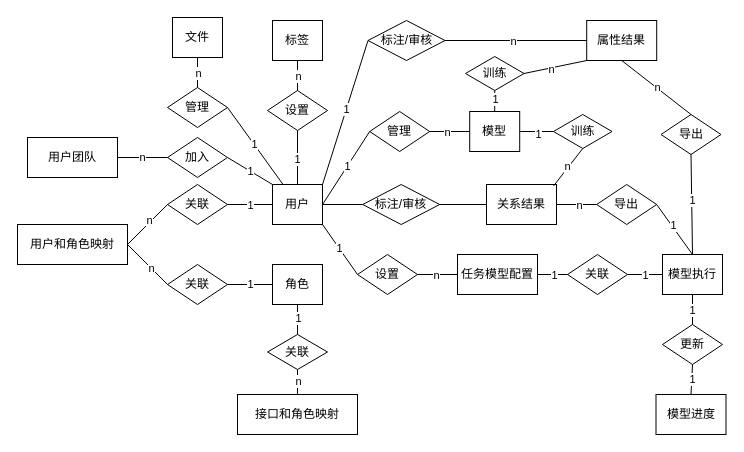
This is 毕设ER图.drawio from come-on-reader/draw-io, a draw.io file, before an edit. Source tidied: cells renumbered, new cells numbered last; positions are measured from the earlier drawing's top-left corner, leaving out a move shared by most shapes. Both pictures are drawn from the tidied source at 100%, with x=0, y=0 at pixel (17, 17).
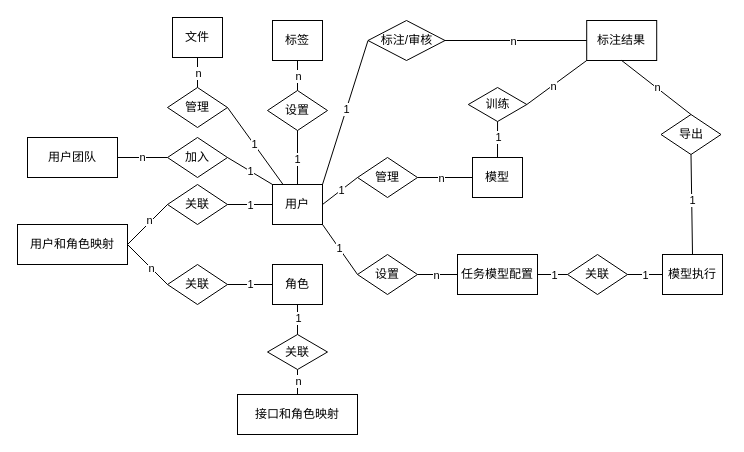
Above is the later version.

Commit message:
更新毕设ER图.drawio

Unchanged cells that the change refers to:
```xml
<mxCell id="4" value="模型执行" style="rounded=0;whiteSpace=wrap;html=1;" parent="1" vertex="1">
  <mxGeometry x="645" y="237" width="60" height="40" as="geometry" />
</mxCell>
<mxCell id="14" value="用户" style="rounded=0;whiteSpace=wrap;html=1;" parent="1" vertex="1">
  <mxGeometry x="255" y="167" width="50" height="40" as="geometry" />
</mxCell>
```

Change to the diagram source:
```diff
@@
-    <mxCell id="2" value="模型进度" style="rounded=0;whiteSpace=wrap;html=1;" parent="1" vertex="1">
-      <mxGeometry x="638.5" y="377" width="70" height="40" as="geometry" />
-    </mxCell>
     <mxCell id="3" value="模型" style="rounded=0;whiteSpace=wrap;html=1;" parent="1" vertex="1">
-      <mxGeometry x="452.2" y="94" width="50" height="40" as="geometry" />
+      <mxGeometry x="455" y="140" width="50" height="40" as="geometry" />
     </mxCell>
@@
-    <mxCell id="6" value="关系结果" style="rounded=0;whiteSpace=wrap;html=1;" parent="1" vertex="1">
-      <mxGeometry x="469" y="167" width="70" height="40" as="geometry" />
-    </mxCell>
-    <mxCell id="7" value="属性结果" style="rounded=0;whiteSpace=wrap;html=1;" parent="1" vertex="1">
+    <mxCell id="7" value="标注结果" style="rounded=0;whiteSpace=wrap;html=1;" parent="1" vertex="1">
       <mxGeometry x="569.2" y="3" width="70" height="40" as="geometry" />
     </mxCell>
@@
     <mxCell id="30" value="管理" style="rhombus;whiteSpace=wrap;html=1;" parent="1" vertex="1">
-      <mxGeometry x="352.2" y="94" width="60" height="40" as="geometry" />
+      <mxGeometry x="340" y="140" width="60" height="40" as="geometry" />
     </mxCell>
@@
-    <mxCell id="50" value="更新" style="rhombus;whiteSpace=wrap;html=1;" parent="1" vertex="1">
-      <mxGeometry x="645" y="307" width="60" height="40" as="geometry" />
-    </mxCell>
@@
-    <mxCell id="52" value="导出" style="rhombus;whiteSpace=wrap;html=1;" parent="1" vertex="1">
-      <mxGeometry x="579.2" y="167" width="60" height="40" as="geometry" />
-    </mxCell>
@@
-    <mxCell id="57" style="endArrow=none;html=1;rounded=0;entryX=1;entryY=0.5;entryDx=0;entryDy=0;exitX=0.5;exitY=0;exitDx=0;exitDy=0;" parent="1" edge="1" source="4" target="52">
-      <mxGeometry relative="1" as="geometry" />
-    </mxCell>
-    <mxCell id="58" value="1" style="edgeLabel;html=1;align=center;verticalAlign=middle;" parent="57" vertex="1">
-      <mxGeometry x="0.13" y="-1" relative="1" as="geometry" />
-    </mxCell>
-    <mxCell id="59" style="endArrow=none;html=1;rounded=0;exitX=0.5;exitY=0;exitDx=0;exitDy=0;entryX=0.5;entryY=1;entryDx=0;entryDy=0;" parent="1" edge="1" source="50" target="4">
-      <mxGeometry relative="1" as="geometry" />
-    </mxCell>
-    <mxCell id="60" value="1" style="edgeLabel;html=1;align=center;verticalAlign=middle;" parent="59" vertex="1">
-      <mxGeometry x="-0.01" y="1" relative="1" as="geometry" />
-    </mxCell>
-    <mxCell id="61" style="endArrow=none;html=1;rounded=0;exitX=0.5;exitY=0;exitDx=0;exitDy=0;entryX=0.5;entryY=1;entryDx=0;entryDy=0;" parent="1" edge="1" source="2" target="50">
-      <mxGeometry relative="1" as="geometry" />
-    </mxCell>
-    <mxCell id="62" value="1" style="edgeLabel;html=1;align=center;verticalAlign=middle;" parent="61" vertex="1">
-      <mxGeometry x="0.05" relative="1" as="geometry" />
-    </mxCell>
@@
-    <mxCell id="73" value="标注/审核" style="rhombus;whiteSpace=wrap;html=1;" parent="1" vertex="1">
-      <mxGeometry x="345.2" y="167" width="77" height="40" as="geometry" />
-    </mxCell>
     <mxCell id="74" value="训练" style="rhombus;whiteSpace=wrap;html=1;" parent="1" vertex="1">
-      <mxGeometry x="448" y="39" width="58.5" height="34" as="geometry" />
+      <mxGeometry x="450.8" y="70" width="58.5" height="34" as="geometry" />
     </mxCell>
@@
-    <mxCell id="77" style="endArrow=none;html=1;rounded=0;entryX=0;entryY=0.5;entryDx=0;entryDy=0;exitX=1;exitY=0.5;exitDx=0;exitDy=0;" parent="1" edge="1" source="14" target="73">
-      <mxGeometry relative="1" as="geometry" />
-    </mxCell>
-    <mxCell id="78" style="endArrow=none;html=1;rounded=0;entryX=0;entryY=0.5;entryDx=0;entryDy=0;exitX=1;exitY=0.5;exitDx=0;exitDy=0;" parent="1" edge="1" source="73" target="6">
-      <mxGeometry relative="1" as="geometry" />
-    </mxCell>
@@
-    <mxCell id="85" style="endArrow=none;html=1;rounded=0;entryX=1;entryY=0.5;entryDx=0;entryDy=0;exitX=0;exitY=0.5;exitDx=0;exitDy=0;" parent="1" edge="1" source="52" target="6">
-      <mxGeometry relative="1" as="geometry" />
-    </mxCell>
-    <mxCell id="86" value="n" style="edgeLabel;html=1;align=center;verticalAlign=middle;" parent="85" vertex="1">
-      <mxGeometry x="-0.11" relative="1" as="geometry" />
-    </mxCell>
-    <mxCell id="87" value="训练" style="rhombus;whiteSpace=wrap;html=1;" parent="1" vertex="1">
-      <mxGeometry x="536" y="97" width="58.5" height="34" as="geometry" />
-    </mxCell>
-    <mxCell id="88" style="endArrow=none;html=1;rounded=0;entryX=0;entryY=0.5;entryDx=0;entryDy=0;exitX=1;exitY=0.5;exitDx=0;exitDy=0;" parent="1" edge="1" source="3" target="87">
-      <mxGeometry relative="1" as="geometry" />
-    </mxCell>
-    <mxCell id="89" value="1" style="edgeLabel;html=1;align=center;verticalAlign=middle;" parent="88" vertex="1">
-      <mxGeometry x="0.04" y="-1" relative="1" as="geometry">
-        <mxPoint y="1" as="offset" />
-      </mxGeometry>
-    </mxCell>
-    <mxCell id="90" style="endArrow=none;html=1;rounded=0;entryX=0.5;entryY=1;entryDx=0;entryDy=0;exitX=0.957;exitY=0.038;exitDx=0;exitDy=0;exitPerimeter=0;" parent="1" edge="1" source="6" target="87">
-      <mxGeometry relative="1" as="geometry" />
-    </mxCell>
-    <mxCell id="91" value="n" style="edgeLabel;html=1;align=center;verticalAlign=middle;" parent="90" vertex="1">
-      <mxGeometry y="1" relative="1" as="geometry" />
-    </mxCell>
```
